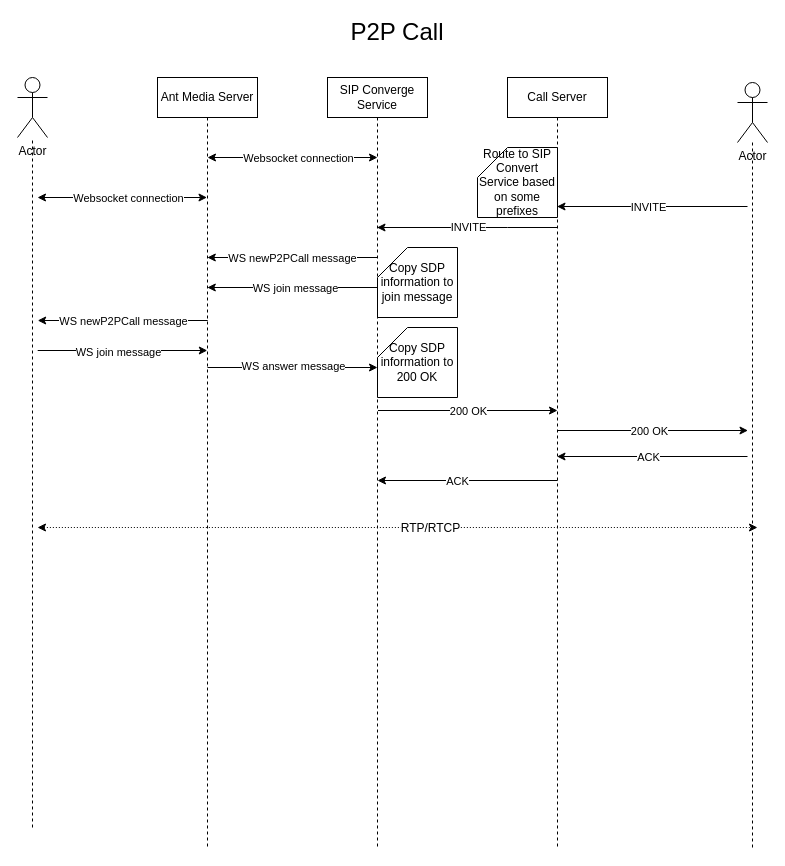
Before: page "P2PCall" (2 of 4) of callcenter-int/Başlıksız Diyagram.drawio in sezerdulger/drawio, a draw.io diagram. Source tidied: cells renumbered, new cells numbered last; positions are measured from the earlier drawing's top-left corner, leaving out a move shared by most shapes. Both pictures are drawn from the tidied source at 100%, with x=0, y=0 at pixel (17, 17).
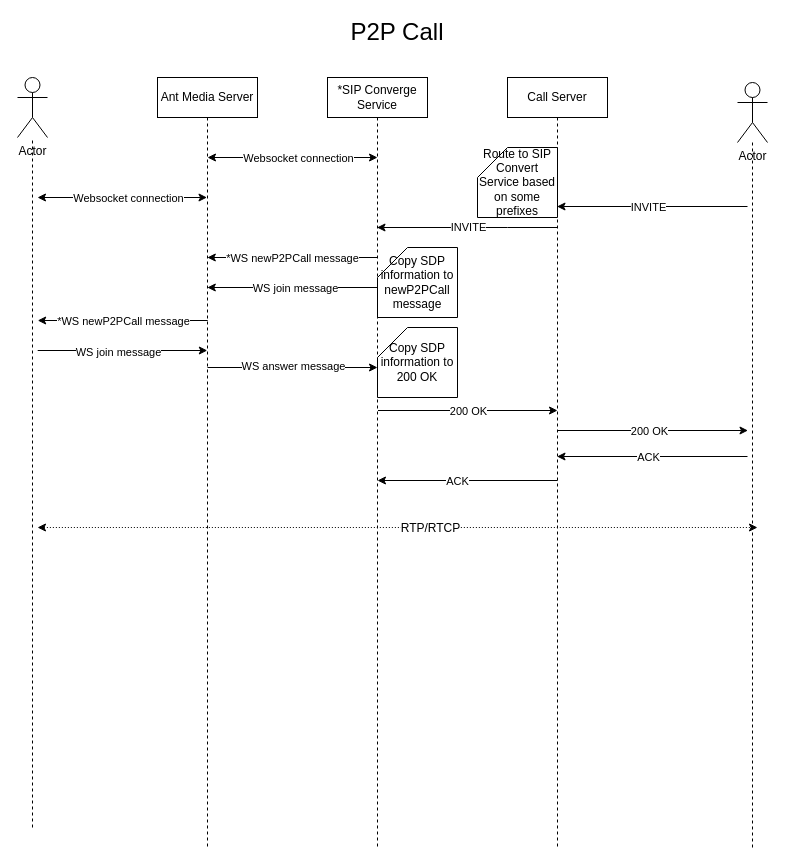
After the change.

Unchanged cells that the change refers to:
```xml
<mxCell id="26" style="endArrow=classic;html=1;rounded=0;" parent="1" edge="1">
  <mxGeometry relative="1" as="geometry">
    <mxPoint x="359.8" y="240" as="sourcePoint" />
    <mxPoint x="189.8" y="240" as="targetPoint" />
    <Array as="points">
      <mxPoint x="330.2" y="240" />
    </Array>
  </mxGeometry>
</mxCell>
<mxCell id="28" style="endArrow=classic;html=1;rounded=0;" parent="1" edge="1">
  <mxGeometry relative="1" as="geometry">
    <mxPoint x="190.2" y="303" as="sourcePoint" />
    <mxPoint x="20.2" y="303" as="targetPoint" />
    <Array as="points">
      <mxPoint x="160.2" y="303" />
    </Array>
  </mxGeometry>
</mxCell>
```

Change to the diagram source:
```diff
@@
-    <mxCell id="4" value="SIP Converge Service" style="shape=umlLifeline;perimeter=lifelinePerimeter;whiteSpace=wrap;html=1;outlineConnect=0;portConstraint=eastwest;newEdgeStyle={&quot;edgeStyle&quot;:&quot;elbowEdgeStyle&quot;,&quot;elbow&quot;:&quot;vertical&quot;,&quot;curved&quot;:0,&quot;rounded&quot;:0};" parent="1" vertex="1">
+    <mxCell id="4" value="*SIP Converge Service" style="shape=umlLifeline;perimeter=lifelinePerimeter;whiteSpace=wrap;html=1;outlineConnect=0;portConstraint=eastwest;newEdgeStyle={&quot;edgeStyle&quot;:&quot;elbowEdgeStyle&quot;,&quot;elbow&quot;:&quot;vertical&quot;,&quot;curved&quot;:0,&quot;rounded&quot;:0};" parent="1" vertex="1">
       <mxGeometry x="310" y="60" width="100" height="770" as="geometry" />
     </mxCell>
@@
-    <mxCell id="27" value="WS newP2PCall&amp;nbsp;message" style="edgeLabel;html=1;align=center;verticalAlign=middle;" parent="26" vertex="1">
+    <mxCell id="27" value="*WS newP2PCall&amp;nbsp;message" style="edgeLabel;html=1;align=center;verticalAlign=middle;" parent="26" vertex="1">
       <mxGeometry y="1" relative="1" as="geometry">
         <mxPoint y="-1" as="offset" />
       </mxGeometry>
     </mxCell>
@@
-    <mxCell id="29" value="WS newP2PCall message" style="edgeLabel;html=1;align=center;verticalAlign=middle;" parent="28" vertex="1">
+    <mxCell id="29" value="*WS newP2PCall message" style="edgeLabel;html=1;align=center;verticalAlign=middle;" parent="28" vertex="1">
       <mxGeometry y="1" relative="1" as="geometry">
         <mxPoint y="-1" as="offset" />
       </mxGeometry>
     </mxCell>
@@
-    <mxCell id="37" value="Copy SDP information to join message" style="shape=card;whiteSpace=wrap;html=1;" parent="1" vertex="1">
+    <mxCell id="37" value="Copy SDP information to newP2PCall message" style="shape=card;whiteSpace=wrap;html=1;" parent="1" vertex="1">
       <mxGeometry x="360" y="230" width="80" height="70" as="geometry" />
     </mxCell>
```
